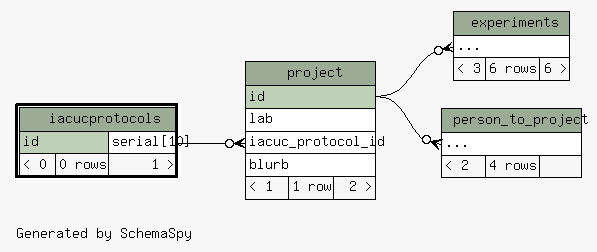
Above: database/ss/diagrams/iacucprotocols.2degrees.png in tgbugs/mlab (Graphviz), before the change. Its source is kept beside it as database/ss/diagrams/iacucprotocols.2degrees.dot.
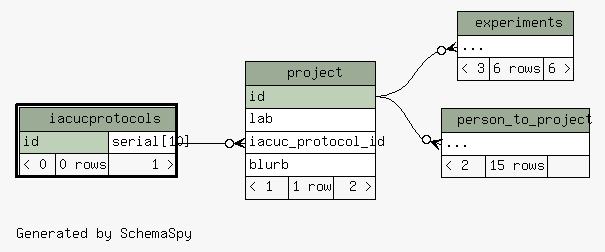
The same diagram one commit later.

The edit, as a diff of the source:
```diff
@@ -45,7 +45,7 @@
     <TABLE BORDER="0" CELLBORDER="1" CELLSPACING="0" BGCOLOR="#ffffff">
       <TR><TD COLSPAN="3" BGCOLOR="#9bab96" ALIGN="CENTER">person_to_project</TD></TR>
       <TR><TD PORT="elipses" COLSPAN="3" ALIGN="LEFT">...</TD></TR>
-      <TR><TD ALIGN="LEFT" BGCOLOR="#f7f7f7">&lt; 2</TD><TD ALIGN="RIGHT" BGCOLOR="#f7f7f7">4 rows</TD><TD ALIGN="RIGHT" BGCOLOR="#f7f7f7">  </TD></TR>
+      <TR><TD ALIGN="LEFT" BGCOLOR="#f7f7f7">&lt; 2</TD><TD ALIGN="RIGHT" BGCOLOR="#f7f7f7">15 rows</TD><TD ALIGN="RIGHT" BGCOLOR="#f7f7f7">  </TD></TR>
     </TABLE>>
     URL="person_to_project.html"
     tooltip="person_to_project"
```
